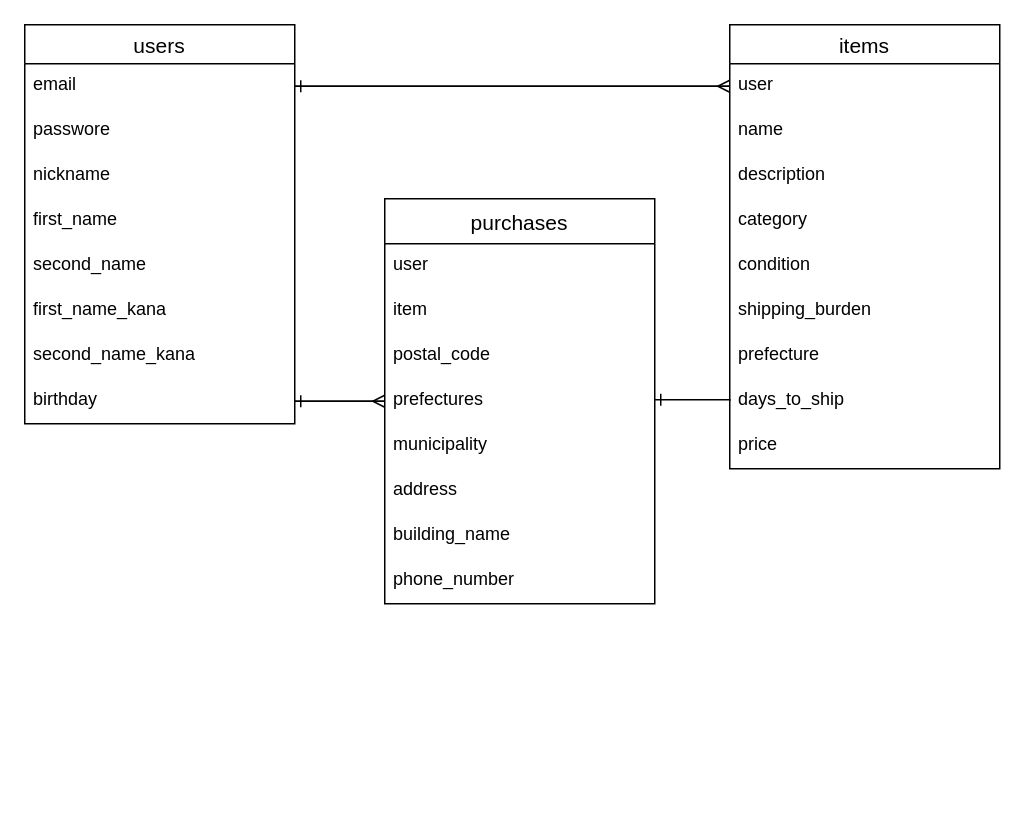
This is ER図.dio from toyahatariku/furima-33971, a draw.io file, before an edit. Source tidied: cells renumbered, new cells numbered last; positions are measured from the earlier drawing's top-left corner, leaving out a move shared by most shapes. Both pictures are drawn from the tidied source at 150%, with x=0, y=0 at pixel (24, 24).
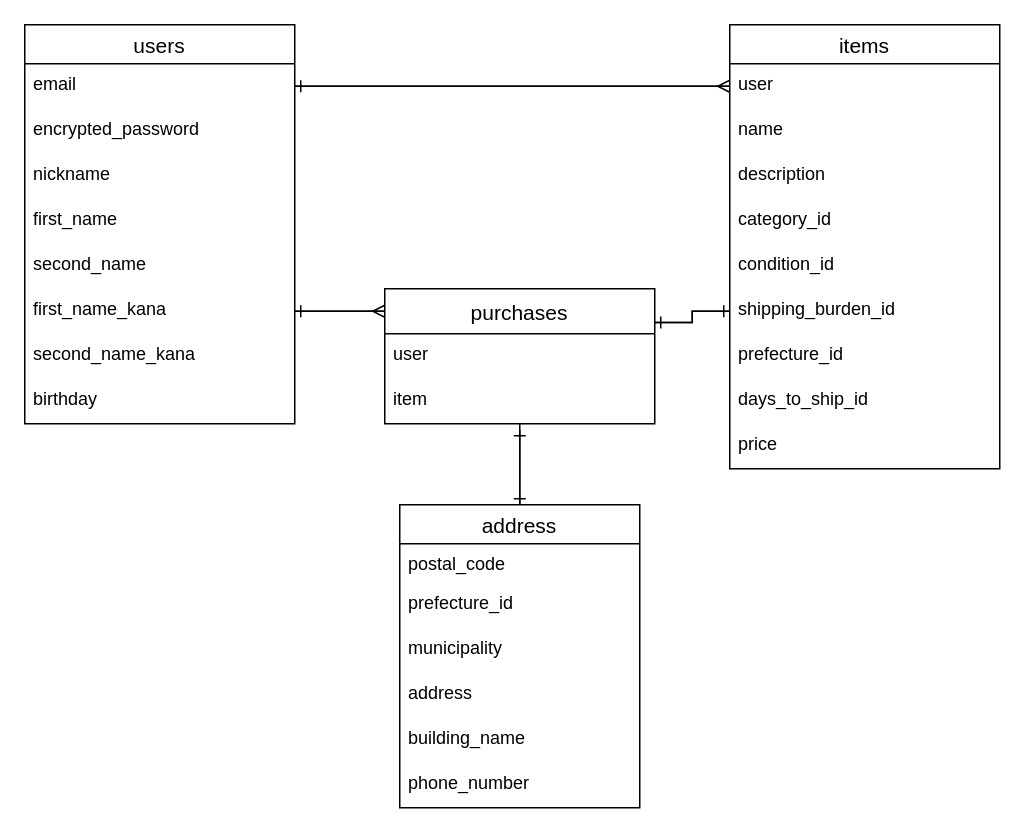
Above is the later version.

The change refers to these unchanged cells:
```xml
<mxCell id="2" value="users" style="swimlane;fontStyle=0;horizontal=1;startSize=26;align=center;fontSize=14;" parent="1" vertex="1">
  <mxGeometry width="180" height="266" as="geometry" />
</mxCell>
<mxCell id="3" value="email" style="text;strokeColor=none;fillColor=none;spacingLeft=4;spacingRight=4;overflow=hidden;points=[[0,0.5],[1,0.5]];portConstraint=eastwest;fontSize=12;" parent="2" vertex="1">
  <mxGeometry y="26" width="180" height="30" as="geometry" />
</mxCell>
<mxCell id="8" value="first_name_kana" style="text;strokeColor=none;fillColor=none;spacingLeft=4;spacingRight=4;overflow=hidden;points=[[0,0.5],[1,0.5]];portConstraint=eastwest;fontSize=12;" parent="2" vertex="1">
  <mxGeometry y="176" width="180" height="30" as="geometry" />
</mxCell>
<mxCell id="10" value="birthday" style="text;strokeColor=none;fillColor=none;spacingLeft=4;spacingRight=4;overflow=hidden;points=[[0,0.5],[1,0.5]];portConstraint=eastwest;fontSize=12;" parent="2" vertex="1">
  <mxGeometry y="236" width="180" height="30" as="geometry" />
</mxCell>
<mxCell id="11" value="items" style="swimlane;fontStyle=0;horizontal=1;startSize=26;align=center;fontSize=14;" parent="1" vertex="1">
  <mxGeometry x="470" width="180" height="296" as="geometry" />
</mxCell>
<mxCell id="12" value="user" style="text;strokeColor=none;fillColor=none;spacingLeft=4;spacingRight=4;overflow=hidden;points=[[0,0.5],[1,0.5]];portConstraint=eastwest;fontSize=12;" parent="11" vertex="1">
  <mxGeometry y="26" width="180" height="30" as="geometry" />
</mxCell>
```

What changed in the source:
```diff
@@
-    <mxCell id="4" value="passwore" style="text;strokeColor=none;fillColor=none;spacingLeft=4;spacingRight=4;overflow=hidden;fontSize=12;" parent="2" vertex="1">
+    <mxCell id="4" value="encrypted_password" style="text;strokeColor=none;fillColor=none;spacingLeft=4;spacingRight=4;overflow=hidden;fontSize=12;" parent="2" vertex="1">
       <mxGeometry y="56" width="180" height="30" as="geometry" />
     </mxCell>
@@
-    <mxCell id="15" value="category" style="text;strokeColor=none;fillColor=none;spacingLeft=4;spacingRight=4;overflow=hidden;fontSize=12;" parent="11" vertex="1">
+    <mxCell id="15" value="category_id" style="text;strokeColor=none;fillColor=none;spacingLeft=4;spacingRight=4;overflow=hidden;fontSize=12;" parent="11" vertex="1">
       <mxGeometry y="116" width="180" height="30" as="geometry" />
     </mxCell>
-    <mxCell id="16" value="condition" style="text;strokeColor=none;fillColor=none;spacingLeft=4;spacingRight=4;overflow=hidden;fontSize=12;" parent="11" vertex="1">
+    <mxCell id="16" value="condition_id" style="text;strokeColor=none;fillColor=none;spacingLeft=4;spacingRight=4;overflow=hidden;fontSize=12;" parent="11" vertex="1">
       <mxGeometry y="146" width="180" height="30" as="geometry" />
     </mxCell>
-    <mxCell id="17" value="shipping_burden" style="text;strokeColor=none;fillColor=none;spacingLeft=4;spacingRight=4;overflow=hidden;points=[[0,0.5],[1,0.5]];portConstraint=eastwest;fontSize=12;" parent="11" vertex="1">
+    <mxCell id="17" value="shipping_burden_id" style="text;strokeColor=none;fillColor=none;spacingLeft=4;spacingRight=4;overflow=hidden;points=[[0,0.5],[1,0.5]];portConstraint=eastwest;fontSize=12;" parent="11" vertex="1">
       <mxGeometry y="176" width="180" height="30" as="geometry" />
     </mxCell>
-    <mxCell id="18" value="prefecture" style="text;strokeColor=none;fillColor=none;spacingLeft=4;spacingRight=4;overflow=hidden;fontSize=12;" parent="11" vertex="1">
+    <mxCell id="18" value="prefecture_id" style="text;strokeColor=none;fillColor=none;spacingLeft=4;spacingRight=4;overflow=hidden;fontSize=12;" parent="11" vertex="1">
       <mxGeometry y="206" width="180" height="30" as="geometry" />
     </mxCell>
-    <mxCell id="19" value="days_to_ship" style="text;strokeColor=none;fillColor=none;spacingLeft=4;spacingRight=4;overflow=hidden;points=[[0,0.5],[1,0.5]];portConstraint=eastwest;fontSize=12;" parent="11" vertex="1">
+    <mxCell id="19" value="days_to_ship_id" style="text;strokeColor=none;fillColor=none;spacingLeft=4;spacingRight=4;overflow=hidden;points=[[0,0.5],[1,0.5]];portConstraint=eastwest;fontSize=12;" parent="11" vertex="1">
       <mxGeometry y="236" width="180" height="30" as="geometry" />
     </mxCell>
@@
-    <mxCell id="21" style="edgeStyle=orthogonalEdgeStyle;rounded=0;jettySize=auto;html=1;endArrow=ERone;endFill=0;" parent="1" edge="1" source="23" target="10">
-      <mxGeometry relative="1" as="geometry">
-        <Array as="points">
-          <mxPoint x="200" y="251" />
-          <mxPoint x="200" y="251" />
-        </Array>
-      </mxGeometry>
-    </mxCell>
-    <mxCell id="22" style="edgeStyle=orthogonalEdgeStyle;rounded=0;jettySize=auto;html=1;endArrow=ERone;endFill=0;" parent="1" edge="1" source="23">
-      <mxGeometry relative="1" as="geometry">
-        <mxPoint x="410" y="250" as="targetPoint" />
-        <Array as="points">
-          <mxPoint x="390" y="250" />
-        </Array>
-      </mxGeometry>
-    </mxCell>
+    <mxCell id="36" style="edgeStyle=orthogonalEdgeStyle;rounded=0;jettySize=auto;html=1;exitX=1;exitY=0.25;exitDx=0;exitDy=0;endArrow=ERone;endFill=0;" parent="1" edge="1" source="23" target="17">
+      <mxGeometry relative="1" as="geometry" />
+    </mxCell>
+    <mxCell id="37" style="edgeStyle=orthogonalEdgeStyle;rounded=0;jettySize=auto;html=1;entryX=0.5;entryY=0;entryDx=0;entryDy=0;endArrow=ERone;endFill=0;" parent="1" edge="1" source="23" target="39">
+      <mxGeometry relative="1" as="geometry" />
+    </mxCell>
     <mxCell id="23" value="purchases" style="swimlane;fontStyle=0;horizontal=1;startSize=30;align=center;fontSize=14;" parent="1" vertex="1">
-      <mxGeometry x="240" y="116" width="180" height="270" as="geometry" />
+      <mxGeometry x="240" y="176" width="180" height="90" as="geometry" />
     </mxCell>
@@
+    <mxCell id="32" style="edgeStyle=orthogonalEdgeStyle;rounded=0;jettySize=auto;html=1;exitX=1;exitY=0.5;exitDx=0;exitDy=0;entryX=0;entryY=0.5;entryDx=0;entryDy=0;endArrow=ERmany;endFill=0;" parent="1" edge="1" source="3" target="12">
+      <mxGeometry relative="1" as="geometry" />
+    </mxCell>
+    <mxCell id="33" style="edgeStyle=orthogonalEdgeStyle;rounded=0;jettySize=auto;html=1;endArrow=ERone;endFill=0;entryX=1;entryY=0.5;entryDx=0;entryDy=0;" parent="1" edge="1" source="12" target="3">
+      <mxGeometry relative="1" as="geometry" />
+    </mxCell>
+    <mxCell id="38" style="edgeStyle=orthogonalEdgeStyle;rounded=0;jettySize=auto;html=1;endArrow=ERone;endFill=0;" parent="1" edge="1" source="39">
+      <mxGeometry relative="1" as="geometry">
+        <mxPoint x="330" y="270" as="targetPoint" />
+      </mxGeometry>
+    </mxCell>
+    <mxCell id="39" value="address" style="swimlane;fontStyle=0;horizontal=1;startSize=26;align=center;fontSize=14;" parent="1" vertex="1">
+      <mxGeometry x="250" y="320" width="160" height="202" as="geometry" />
+    </mxCell>
-    <mxCell id="26" value="postal_code" style="text;strokeColor=none;fillColor=none;spacingLeft=4;spacingRight=4;overflow=hidden;fontSize=12;" parent="23" vertex="1">
-      <mxGeometry y="90" width="180" height="30" as="geometry" />
+    <mxCell id="26" value="postal_code" style="text;strokeColor=none;fillColor=none;spacingLeft=4;spacingRight=4;overflow=hidden;fontSize=12;" parent="39" vertex="1">
+      <mxGeometry y="26" width="160" height="26" as="geometry" />
     </mxCell>
-    <mxCell id="27" value="prefectures" style="text;strokeColor=none;fillColor=none;spacingLeft=4;spacingRight=4;overflow=hidden;fontSize=12;" parent="23" vertex="1">
-      <mxGeometry y="120" width="180" height="30" as="geometry" />
+    <mxCell id="27" value="prefecture_id" style="text;strokeColor=none;fillColor=none;spacingLeft=4;spacingRight=4;overflow=hidden;fontSize=12;" parent="39" vertex="1">
+      <mxGeometry y="52" width="160" height="30" as="geometry" />
     </mxCell>
-    <mxCell id="28" value="municipality" style="text;strokeColor=none;fillColor=none;spacingLeft=4;spacingRight=4;overflow=hidden;fontSize=12;" parent="23" vertex="1">
-      <mxGeometry y="150" width="180" height="30" as="geometry" />
+    <mxCell id="28" value="municipality" style="text;strokeColor=none;fillColor=none;spacingLeft=4;spacingRight=4;overflow=hidden;fontSize=12;" parent="39" vertex="1">
+      <mxGeometry y="82" width="160" height="30" as="geometry" />
     </mxCell>
-    <mxCell id="29" value="address" style="text;strokeColor=none;fillColor=none;spacingLeft=4;spacingRight=4;overflow=hidden;fontSize=12;" parent="23" vertex="1">
-      <mxGeometry y="180" width="180" height="30" as="geometry" />
+    <mxCell id="29" value="address" style="text;strokeColor=none;fillColor=none;spacingLeft=4;spacingRight=4;overflow=hidden;fontSize=12;" parent="39" vertex="1">
+      <mxGeometry y="112" width="160" height="30" as="geometry" />
     </mxCell>
-    <mxCell id="30" value="building_name" style="text;strokeColor=none;fillColor=none;spacingLeft=4;spacingRight=4;overflow=hidden;fontSize=12;" parent="23" vertex="1">
-      <mxGeometry y="210" width="180" height="30" as="geometry" />
+    <mxCell id="30" value="building_name" style="text;strokeColor=none;fillColor=none;spacingLeft=4;spacingRight=4;overflow=hidden;fontSize=12;" parent="39" vertex="1">
+      <mxGeometry y="142" width="160" height="30" as="geometry" />
     </mxCell>
-    <mxCell id="31" value="phone_number" style="text;strokeColor=none;fillColor=none;spacingLeft=4;spacingRight=4;overflow=hidden;fontSize=12;" parent="23" vertex="1">
-      <mxGeometry y="240" width="180" height="30" as="geometry" />
+    <mxCell id="31" value="phone_number" style="text;strokeColor=none;fillColor=none;spacingLeft=4;spacingRight=4;overflow=hidden;fontSize=12;" parent="39" vertex="1">
+      <mxGeometry y="172" width="160" height="30" as="geometry" />
     </mxCell>
-    <mxCell id="32" style="edgeStyle=orthogonalEdgeStyle;rounded=0;jettySize=auto;html=1;exitX=1;exitY=0.5;exitDx=0;exitDy=0;entryX=0;entryY=0.5;entryDx=0;entryDy=0;endArrow=ERmany;endFill=0;" parent="1" edge="1" source="3" target="12">
-      <mxGeometry relative="1" as="geometry" />
-    </mxCell>
-    <mxCell id="33" style="edgeStyle=orthogonalEdgeStyle;rounded=0;jettySize=auto;html=1;endArrow=ERone;endFill=0;entryX=1;entryY=0.5;entryDx=0;entryDy=0;" parent="1" edge="1" source="12" target="3">
-      <mxGeometry relative="1" as="geometry" />
-    </mxCell>
-    <mxCell id="34" style="edgeStyle=orthogonalEdgeStyle;rounded=0;jettySize=auto;html=1;exitX=1;exitY=0.5;exitDx=0;exitDy=0;endArrow=ERmany;endFill=0;" parent="1" edge="1" source="10" target="23">
-      <mxGeometry relative="1" as="geometry">
-        <Array as="points">
-          <mxPoint x="240" y="251" />
-        </Array>
-      </mxGeometry>
-    </mxCell>
-    <mxCell id="35" style="edgeStyle=orthogonalEdgeStyle;rounded=0;jettySize=auto;html=1;exitX=0;exitY=0.5;exitDx=0;exitDy=0;endArrow=ERone;endFill=0;" parent="1" edge="1" source="19" target="23">
-      <mxGeometry relative="1" as="geometry">
-        <Array as="points">
-          <mxPoint x="410" y="250" />
-          <mxPoint x="390" y="250" />
-        </Array>
-      </mxGeometry>
-    </mxCell>
+    <mxCell id="40" style="edgeStyle=orthogonalEdgeStyle;rounded=0;jettySize=auto;html=1;exitX=0;exitY=0.5;exitDx=0;exitDy=0;entryX=1;entryY=0.25;entryDx=0;entryDy=0;endArrow=ERone;endFill=0;" parent="1" edge="1" source="17" target="23">
+      <mxGeometry relative="1" as="geometry" />
+    </mxCell>
+    <mxCell id="41" style="edgeStyle=orthogonalEdgeStyle;rounded=0;jettySize=auto;html=1;endArrow=ERone;endFill=0;exitX=0;exitY=0.167;exitDx=0;exitDy=0;exitPerimeter=0;" parent="1" edge="1" source="23" target="8">
+      <mxGeometry relative="1" as="geometry" />
+    </mxCell>
+    <mxCell id="42" style="edgeStyle=orthogonalEdgeStyle;rounded=0;jettySize=auto;html=1;endArrow=ERmany;endFill=0;" parent="1" edge="1" source="8">
+      <mxGeometry relative="1" as="geometry">
+        <mxPoint x="240" y="191" as="targetPoint" />
+      </mxGeometry>
+    </mxCell>
```
